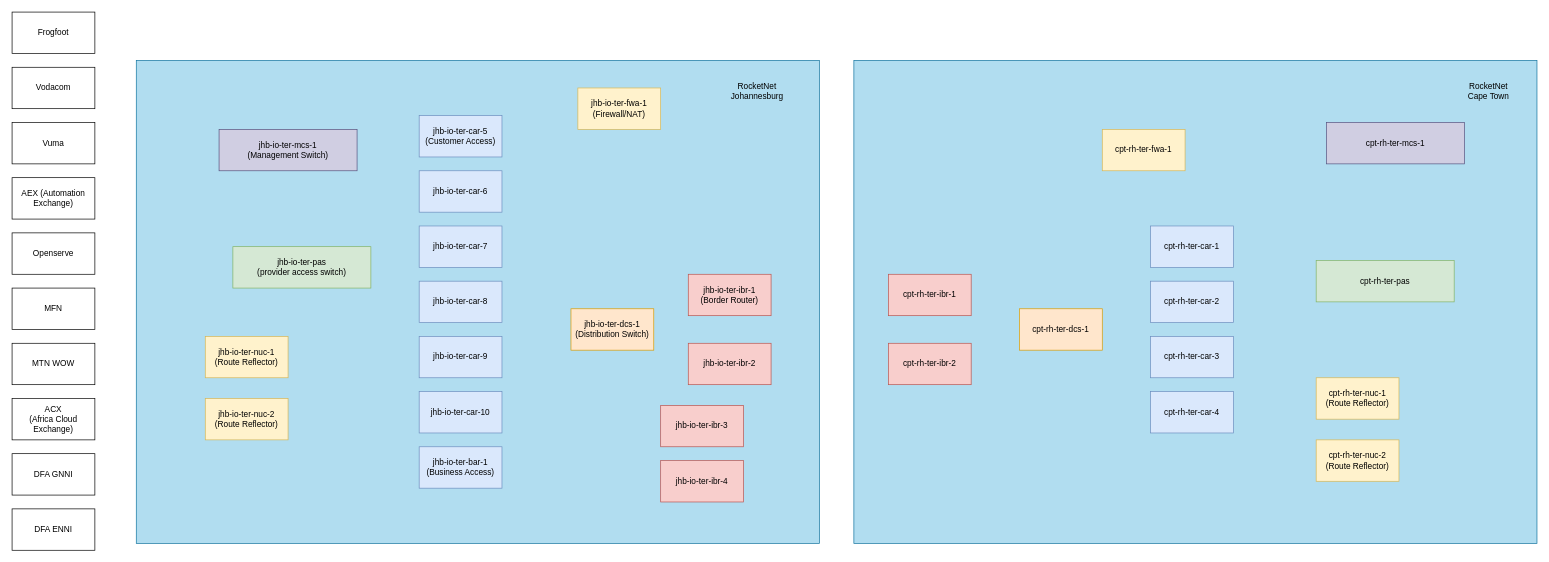
Earlier version of the draw.io diagram Untitled Diagram.drawio (sudoRockiteer/drawio). Source tidied: cells renumbered, new cells numbered last; positions are measured from the earlier drawing's top-left corner, leaving out a move shared by most shapes. Both pictures are drawn from the tidied source at 69%, with x=0, y=0 at pixel (12, 12).
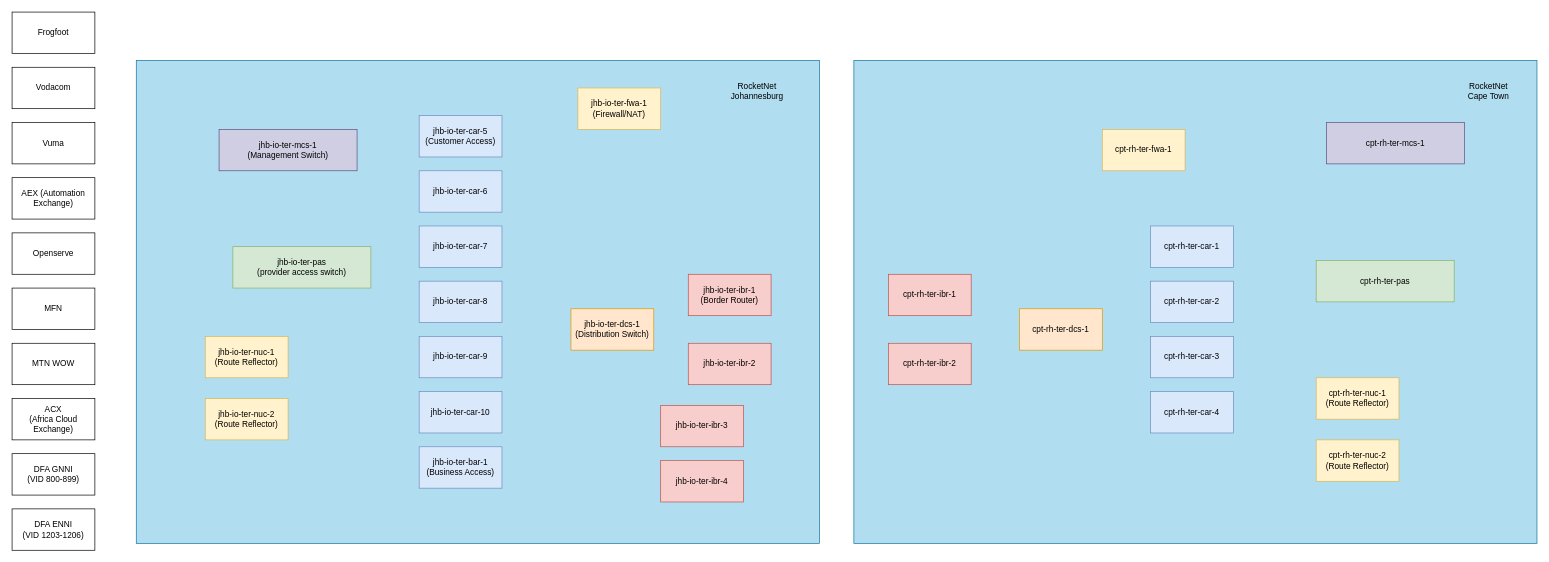
The same page after the edit.

What changed in the source:
```diff
@@
-    <mxCell id="40" value="DFA GNNI" style="rounded=0;whiteSpace=wrap;html=1;" parent="1" vertex="1">
+    <mxCell id="40" value="DFA GNNI&lt;br&gt;(VID 800-899)" style="rounded=0;whiteSpace=wrap;html=1;" parent="1" vertex="1">
       <mxGeometry y="640" width="120" height="60" as="geometry" />
     </mxCell>
-    <mxCell id="41" value="DFA ENNI" style="rounded=0;whiteSpace=wrap;html=1;" parent="1" vertex="1">
+    <mxCell id="41" value="DFA ENNI&lt;br&gt;(VID 1203-1206)" style="rounded=0;whiteSpace=wrap;html=1;" parent="1" vertex="1">
       <mxGeometry y="720" width="120" height="60" as="geometry" />
     </mxCell>
```
